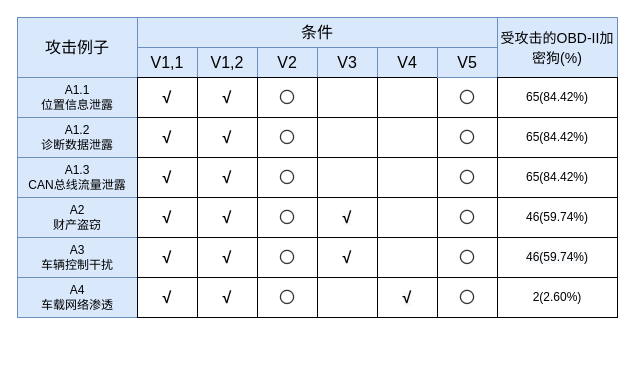
Before: Untitled Diagram.drawio in irenjie/academic, a draw.io diagram. Source tidied: cells renumbered, new cells numbered last; positions are measured from the earlier drawing's top-left corner, leaving out a move shared by most shapes. Both pictures are drawn from the tidied source at 100%, with x=0, y=0 at pixel (17, 17).
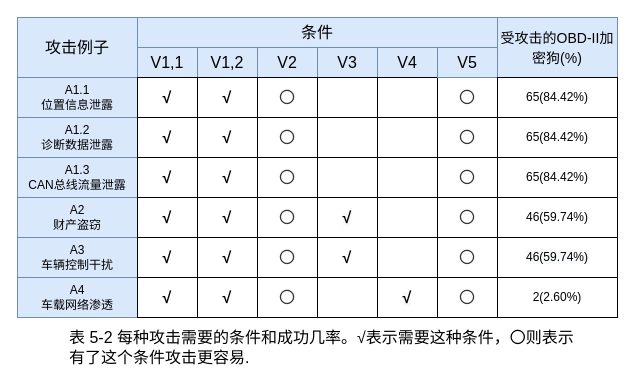
After the change.

Change to the diagram source:
```diff
@@
+    <mxCell id="59" value="表 5-2 每种攻击需要的条件和成功几率。√表示需要这种条件，〇则表示&lt;br&gt;有了这个条件攻击更容易." style="text;html=1;align=left;verticalAlign=middle;fontSize=16;" parent="1" vertex="1">
+      <mxGeometry x="50" y="310" width="520" height="40" as="geometry" />
+    </mxCell>
```
